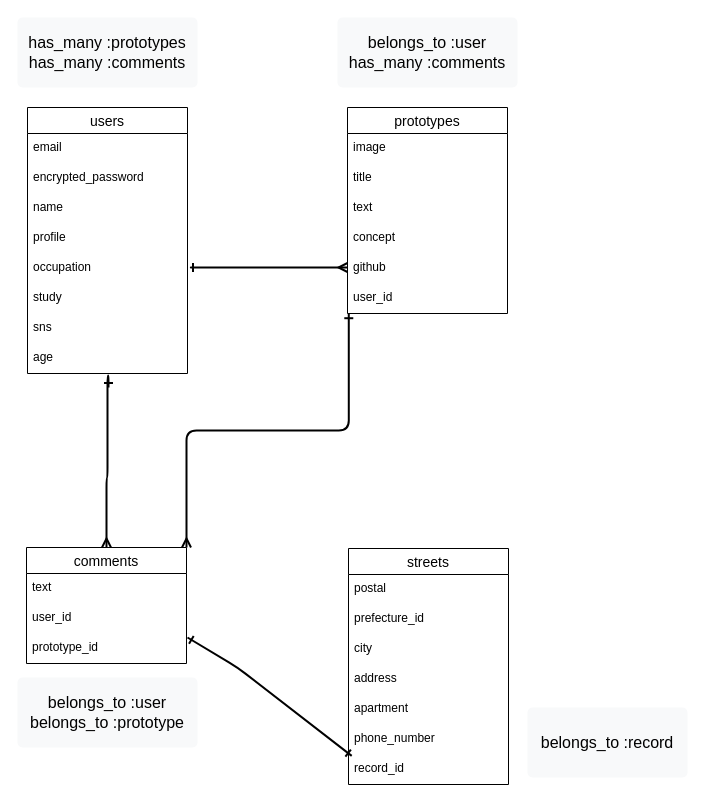
The draw.io diagram mentore.dio in by-miwa/mentore, before the edit. Source tidied: cells renumbered, new cells numbered last; positions are measured from the earlier drawing's top-left corner, leaving out a move shared by most shapes. Both pictures are drawn from the tidied source at 100%, with x=0, y=0 at pixel (17, 17).
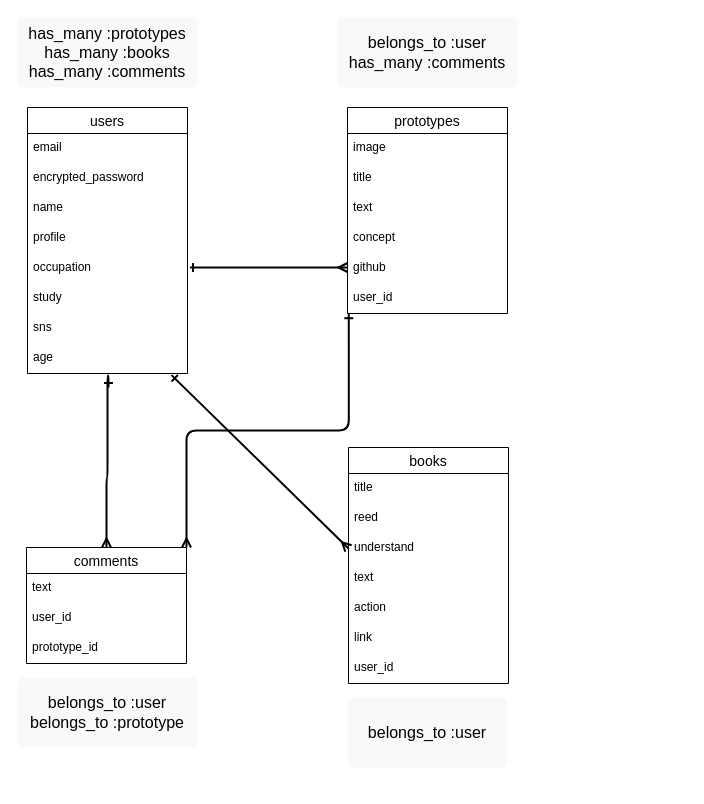
After the change.

Unchanged cells that the change refers to:
```xml
<mxCell id="17" value="age" style="text;strokeColor=none;fillColor=none;spacingLeft=4;spacingRight=4;overflow=hidden;points=[[0,0.5],[1,0.5]];portConstraint=eastwest;fontSize=12;" parent="9" vertex="1">
  <mxGeometry y="236" width="160" height="30" as="geometry" />
</mxCell>
```

What changed in the source:
```diff
@@
-    <mxCell id="25" value="streets" style="swimlane;fontStyle=0;horizontal=1;startSize=26;align=center;fontSize=14;" parent="1" vertex="1">
-      <mxGeometry x="331" y="531" width="160" height="236" as="geometry" />
+    <mxCell id="25" value="books" style="swimlane;fontStyle=0;horizontal=1;startSize=26;align=center;fontSize=14;" parent="1" vertex="1">
+      <mxGeometry x="331" y="430" width="160" height="236" as="geometry" />
     </mxCell>
-    <mxCell id="26" value="postal " style="text;strokeColor=none;fillColor=none;spacingLeft=4;spacingRight=4;overflow=hidden;fontSize=12;" parent="25" vertex="1">
+    <mxCell id="26" value="title" style="text;strokeColor=none;fillColor=none;spacingLeft=4;spacingRight=4;overflow=hidden;fontSize=12;" parent="25" vertex="1">
       <mxGeometry y="26" width="160" height="30" as="geometry" />
     </mxCell>
-    <mxCell id="27" value="prefecture_id" style="text;strokeColor=none;fillColor=none;spacingLeft=4;spacingRight=4;overflow=hidden;fontSize=12;" parent="25" vertex="1">
+    <mxCell id="27" value="reed" style="text;strokeColor=none;fillColor=none;spacingLeft=4;spacingRight=4;overflow=hidden;fontSize=12;" parent="25" vertex="1">
       <mxGeometry y="56" width="160" height="30" as="geometry" />
     </mxCell>
-    <mxCell id="28" value="city" style="text;strokeColor=none;fillColor=none;spacingLeft=4;spacingRight=4;overflow=hidden;points=[[0,0.5],[1,0.5]];portConstraint=eastwest;fontSize=12;" parent="25" vertex="1">
+    <mxCell id="28" value="understand" style="text;strokeColor=none;fillColor=none;spacingLeft=4;spacingRight=4;overflow=hidden;points=[[0,0.5],[1,0.5]];portConstraint=eastwest;fontSize=12;" parent="25" vertex="1">
       <mxGeometry y="86" width="160" height="30" as="geometry" />
     </mxCell>
-    <mxCell id="29" value="address" style="text;strokeColor=none;fillColor=none;spacingLeft=4;spacingRight=4;overflow=hidden;fontSize=12;" parent="25" vertex="1">
+    <mxCell id="29" value="text" style="text;strokeColor=none;fillColor=none;spacingLeft=4;spacingRight=4;overflow=hidden;fontSize=12;" parent="25" vertex="1">
       <mxGeometry y="116" width="160" height="30" as="geometry" />
     </mxCell>
-    <mxCell id="30" value="apartment" style="text;strokeColor=none;fillColor=none;spacingLeft=4;spacingRight=4;overflow=hidden;fontSize=12;" parent="25" vertex="1">
+    <mxCell id="30" value="action" style="text;strokeColor=none;fillColor=none;spacingLeft=4;spacingRight=4;overflow=hidden;fontSize=12;" parent="25" vertex="1">
       <mxGeometry y="146" width="160" height="30" as="geometry" />
     </mxCell>
-    <mxCell id="31" value="phone_number " style="text;strokeColor=none;fillColor=none;spacingLeft=4;spacingRight=4;overflow=hidden;points=[[0,0.5],[1,0.5]];portConstraint=eastwest;fontSize=12;" parent="25" vertex="1">
+    <mxCell id="31" value="link" style="text;strokeColor=none;fillColor=none;spacingLeft=4;spacingRight=4;overflow=hidden;points=[[0,0.5],[1,0.5]];portConstraint=eastwest;fontSize=12;" parent="25" vertex="1">
       <mxGeometry y="176" width="160" height="30" as="geometry" />
     </mxCell>
-    <mxCell id="32" value="record_id" style="text;strokeColor=none;fillColor=none;spacingLeft=4;spacingRight=4;overflow=hidden;fontSize=12;" parent="25" vertex="1">
+    <mxCell id="32" value="user_id" style="text;strokeColor=none;fillColor=none;spacingLeft=4;spacingRight=4;overflow=hidden;fontSize=12;" parent="25" vertex="1">
       <mxGeometry y="206" width="160" height="30" as="geometry" />
     </mxCell>
@@
-    <mxCell id="34" style="endArrow=ERone;html=1;strokeWidth=2;fontSize=20;exitX=0.02;exitY=1.047;exitDx=0;exitDy=0;exitPerimeter=0;startArrow=ERone;startFill=0;endFill=0;" parent="1" edge="1" source="31">
-      <mxGeometry relative="1" as="geometry">
-        <mxPoint x="170" y="620" as="targetPoint" />
-        <Array as="points">
-          <mxPoint x="220" y="650" />
-        </Array>
-      </mxGeometry>
+    <mxCell id="34" style="endArrow=ERone;html=1;strokeWidth=2;fontSize=20;exitX=0;exitY=0.5;exitDx=0;exitDy=0;startArrow=ERmany;startFill=0;endFill=0;entryX=0.9;entryY=1.053;entryDx=0;entryDy=0;entryPerimeter=0;" parent="1" edge="1" source="28" target="17">
+      <mxGeometry relative="1" as="geometry" />
     </mxCell>
@@
-    <mxCell id="36" value="belongs_to :record" style="html=1;shadow=0;dashed=0;shape=mxgraph.bootstrap.rrect;rSize=5;strokeColor=none;strokeWidth=1;fillColor=#F8F9FA;fontColor=#000000;whiteSpace=wrap;align=center;verticalAlign=middle;spacingLeft=0;fontStyle=0;fontSize=16;spacing=5;rounded=0;sketch=0;" parent="1" vertex="1">
-      <mxGeometry x="510" y="690" width="160" height="70" as="geometry" />
+    <mxCell id="36" value="&lt;span&gt;belongs_to :user&lt;/span&gt;" style="html=1;shadow=0;dashed=0;shape=mxgraph.bootstrap.rrect;rSize=5;strokeColor=none;strokeWidth=1;fillColor=#F8F9FA;fontColor=#000000;whiteSpace=wrap;align=center;verticalAlign=middle;spacingLeft=0;fontStyle=0;fontSize=16;spacing=5;rounded=0;sketch=0;" parent="1" vertex="1">
+      <mxGeometry x="330" y="680" width="160" height="70" as="geometry" />
     </mxCell>
-    <mxCell id="37" value="has_many :prototypes&lt;br&gt;has_many :comments" style="html=1;shadow=0;dashed=0;shape=mxgraph.bootstrap.rrect;rSize=5;strokeColor=none;strokeWidth=1;fillColor=#F8F9FA;fontColor=#000000;whiteSpace=wrap;align=center;verticalAlign=middle;spacingLeft=0;fontStyle=0;fontSize=16;spacing=5;rounded=0;sketch=0;" parent="1" vertex="1">
+    <mxCell id="37" value="has_many :prototypes&lt;br&gt;has_many :books&lt;br&gt;has_many :comments" style="html=1;shadow=0;dashed=0;shape=mxgraph.bootstrap.rrect;rSize=5;strokeColor=none;strokeWidth=1;fillColor=#F8F9FA;fontColor=#000000;whiteSpace=wrap;align=center;verticalAlign=middle;spacingLeft=0;fontStyle=0;fontSize=16;spacing=5;rounded=0;sketch=0;" parent="1" vertex="1">
       <mxGeometry width="180" height="70" as="geometry" />
     </mxCell>
```
